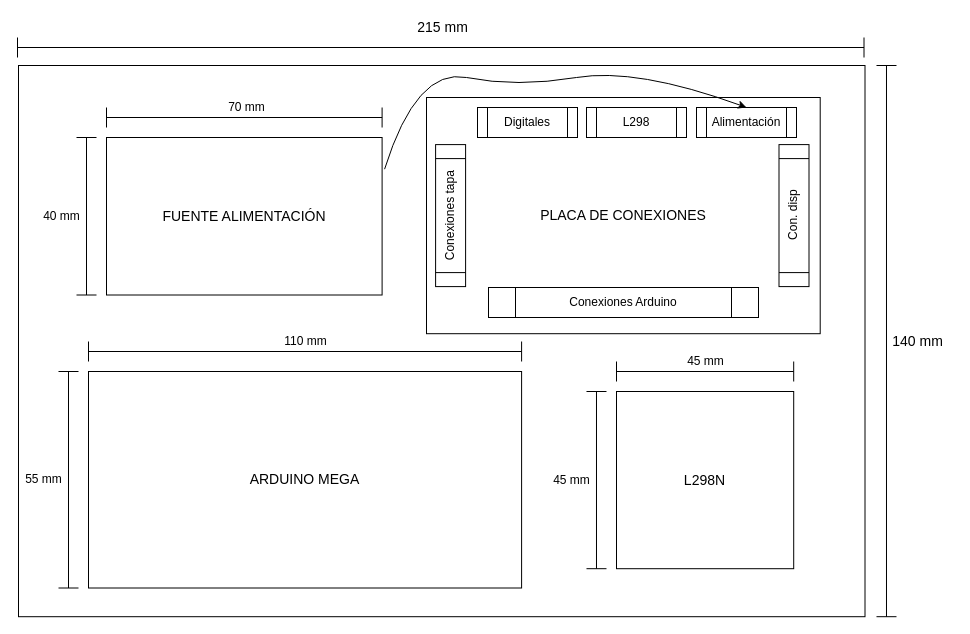
Above: page "Fondo" (1 of 2) of Documentación/Esquema caja.drawio in tonioprz/tfg (draw.io), before the change. Source tidied: cells renumbered, new cells numbered last; positions are measured from the earlier drawing's top-left corner, leaving out a move shared by most shapes. Both pictures are drawn from the tidied source at 100%, with x=0, y=0 at pixel (17, 17).
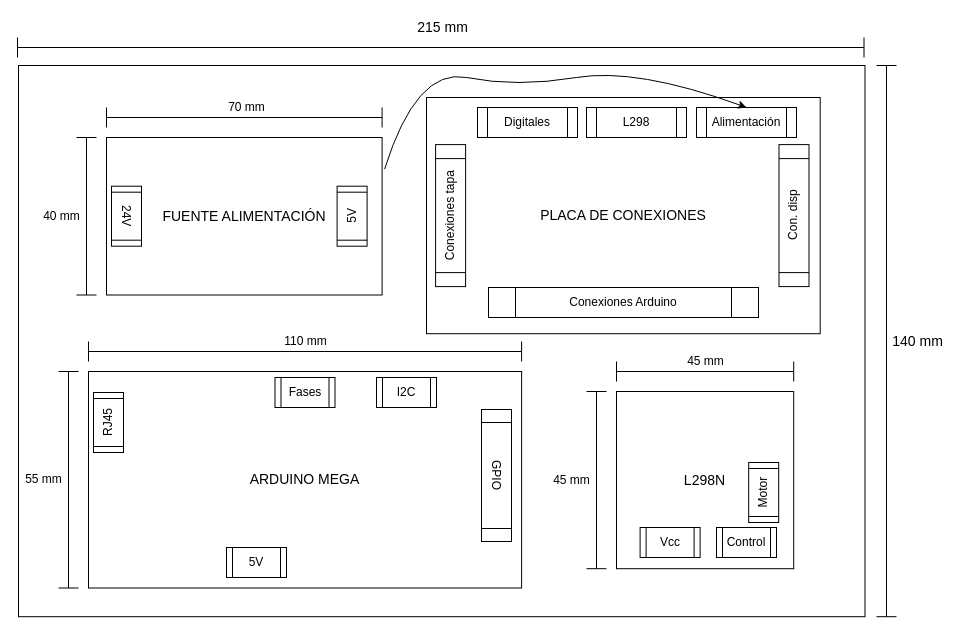
The same page after the edit.

Commit message (it also covers changes not shown here):
Medidas Caja

The change refers to these unchanged cells:
```xml
<mxCell id="5" style="group;" parent="4" vertex="1">
  <mxGeometry width="934" height="599.2" as="geometry" />
</mxCell>
<mxCell id="9" style="group;" parent="5" vertex="1">
  <mxGeometry x="18" y="80" width="345.6" height="197.5" as="geometry" />
</mxCell>
<mxCell id="21" style="group;" parent="5" vertex="1">
  <mxGeometry x="528" y="334" width="247.2" height="217.2" as="geometry" />
</mxCell>
```

Diff of the diagram source:
```diff
@@
+    <mxCell id="36" value="5V" style="shape=process;whiteSpace=wrap;html=1;backgroundOutline=1;rotation=-90;direction=east;" parent="9" vertex="1">
+      <mxGeometry x="285.6" y="103.7" width="60" height="30" as="geometry" />
+    </mxCell>
+    <mxCell id="37" value="24V" style="shape=process;whiteSpace=wrap;html=1;backgroundOutline=1;rotation=90;direction=east;" parent="9" vertex="1">
+      <mxGeometry x="60" y="103.7" width="60" height="30" as="geometry" />
+    </mxCell>
     <mxCell id="15" style="group;" parent="5" vertex="1">
-      <mxGeometry y="314" width="503.1" height="256.5" as="geometry" />
+      <mxGeometry y="314" width="544" height="256.5" as="geometry" />
     </mxCell>
@@
+    <mxCell id="38" value="RJ45" style="shape=process;whiteSpace=wrap;html=1;backgroundOutline=1;rotation=-90;" parent="15" vertex="1">
+      <mxGeometry x="60" y="76" width="60" height="30" as="geometry" />
+    </mxCell>
+    <mxCell id="39" value="Fases" style="shape=process;whiteSpace=wrap;html=1;backgroundOutline=1;rotation=0;direction=west;" parent="15" vertex="1">
+      <mxGeometry x="256.5" y="46" width="60" height="30" as="geometry" />
+    </mxCell>
+    <mxCell id="40" value="I2C" style="shape=process;whiteSpace=wrap;html=1;backgroundOutline=1;rotation=0;direction=west;" parent="15" vertex="1">
+      <mxGeometry x="358" y="46" width="60" height="30" as="geometry" />
+    </mxCell>
+    <mxCell id="41" value="GPIO" style="shape=process;whiteSpace=wrap;html=1;backgroundOutline=1;rotation=90;direction=west;" parent="15" vertex="1">
+      <mxGeometry x="412" y="129" width="132" height="30" as="geometry" />
+    </mxCell>
+    <mxCell id="42" value="5V" style="shape=process;whiteSpace=wrap;html=1;backgroundOutline=1;rotation=0;direction=east;" parent="15" vertex="1">
+      <mxGeometry x="208" y="216" width="60" height="30" as="geometry" />
+    </mxCell>
@@
+    <mxCell id="43" value="Vcc" style="shape=process;whiteSpace=wrap;html=1;backgroundOutline=1;rotation=0;direction=east;" parent="21" vertex="1">
+      <mxGeometry x="93.6" y="176" width="60" height="30" as="geometry" />
+    </mxCell>
+    <mxCell id="44" value="Control" style="shape=process;whiteSpace=wrap;html=1;backgroundOutline=1;rotation=0;direction=east;" parent="21" vertex="1">
+      <mxGeometry x="170" y="176" width="60" height="30" as="geometry" />
+    </mxCell>
+    <mxCell id="45" value="Motor" style="shape=process;whiteSpace=wrap;html=1;backgroundOutline=1;rotation=-90;direction=east;" parent="21" vertex="1">
+      <mxGeometry x="187.2" y="126" width="60" height="30" as="geometry" />
+    </mxCell>
```
